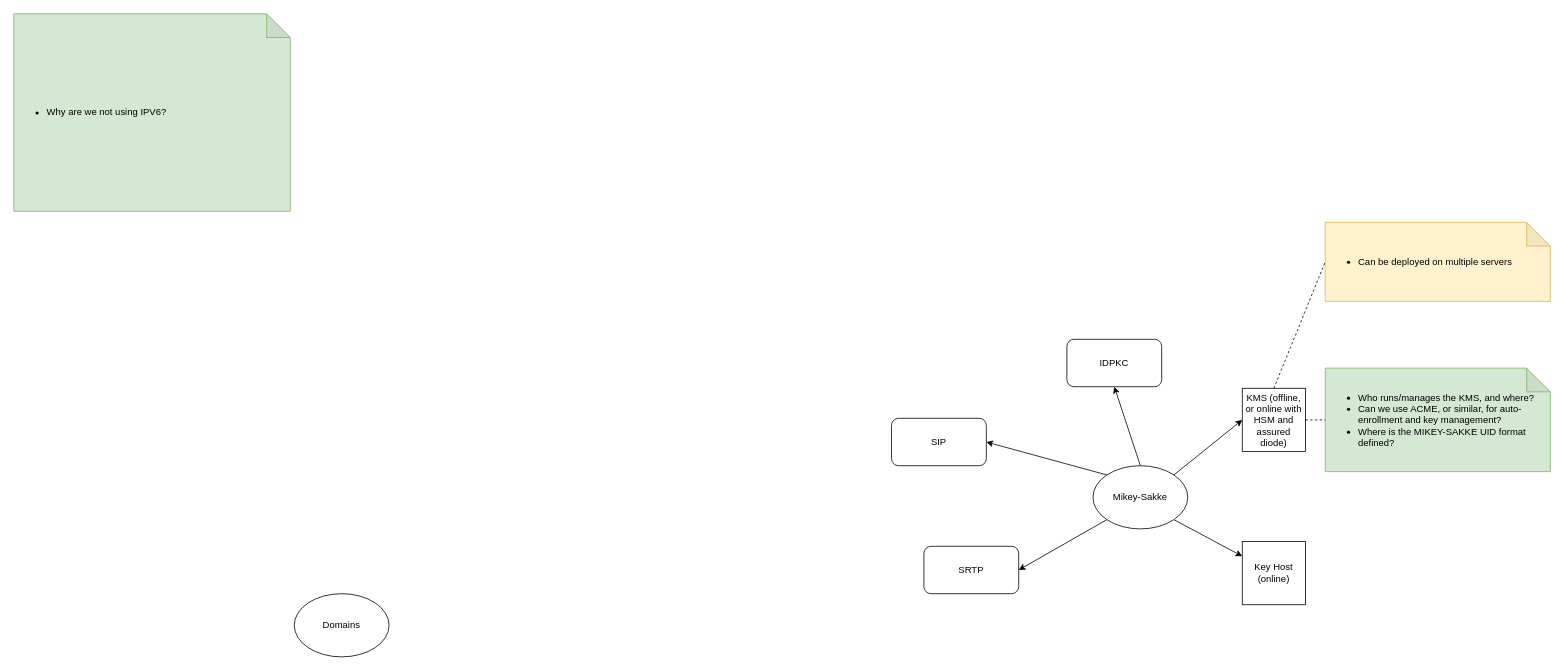
JimSweeting/Draw.io keeps this draw.io diagram as Mikey-Sakke.drawio. Above is the earlier version. Source tidied: cells renumbered, new cells numbered last; positions are measured from the earlier drawing's top-left corner, leaving out a move shared by most shapes. Both pictures are drawn from the tidied source at 79%, with x=0, y=0 at pixel (13, 13).
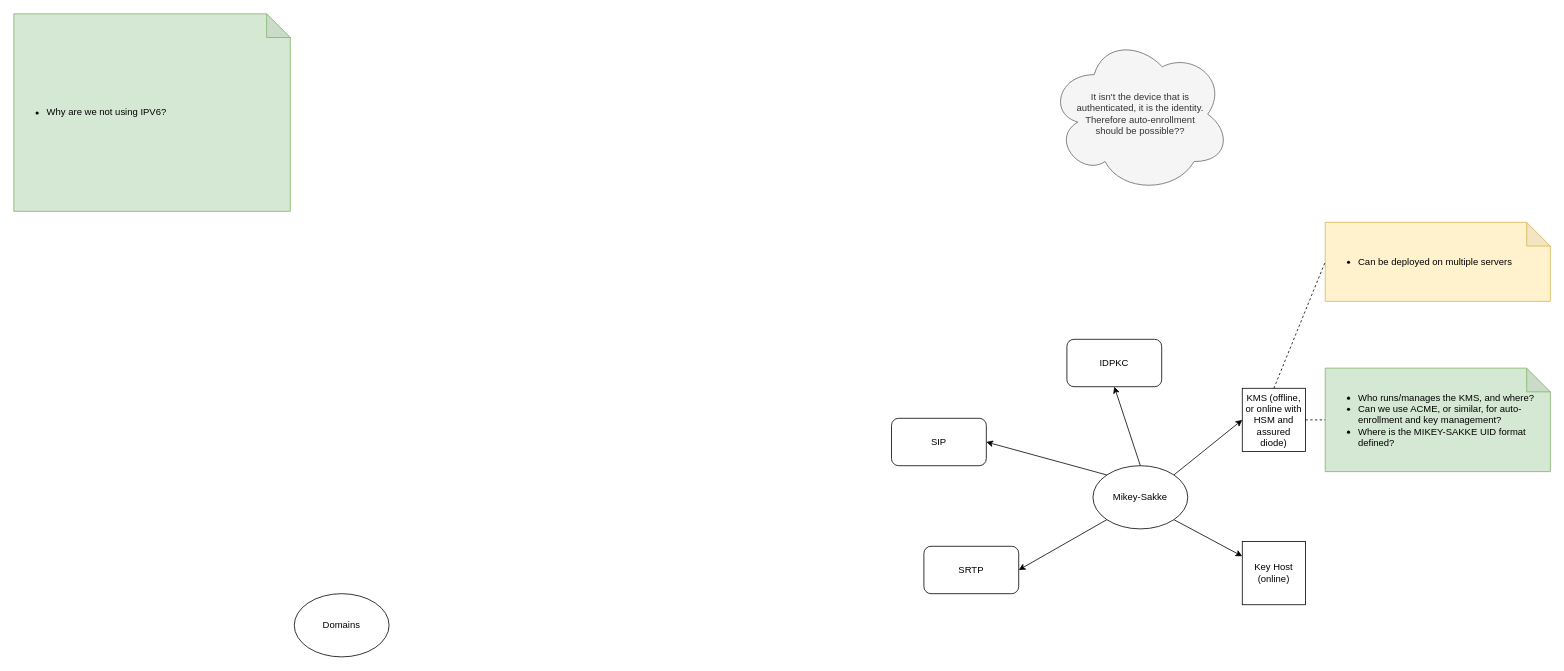
After the change.

Diff of the diagram source:
```diff
@@
 <mxGraphModel>
   <root>
     <mxCell id="0" />
     <mxCell id="1" parent="0" />
     <mxCell id="2" style="rounded=0;jettySize=auto;html=1;exitX=1;exitY=0;exitDx=0;exitDy=0;entryX=0;entryY=0.5;entryDx=0;entryDy=0;" parent="1" edge="1" source="4" target="8">
       <mxGeometry relative="1" as="geometry" />
     </mxCell>
     <mxCell id="3" style="edgeStyle=none;rounded=0;jettySize=auto;html=1;exitX=1;exitY=1;exitDx=0;exitDy=0;" parent="1" edge="1" source="4" target="9">
       <mxGeometry relative="1" as="geometry" />
     </mxCell>
     <mxCell id="4" value="Mikey-Sakke" style="ellipse;whiteSpace=wrap;html=1;" parent="1" vertex="1">
       <mxGeometry x="1366" y="572" width="120" height="80" as="geometry" />
     </mxCell>
     <mxCell id="5" value="SIP" style="rounded=1;whiteSpace=wrap;html=1;" parent="1" vertex="1">
       <mxGeometry x="1111" y="512" width="120" height="60" as="geometry" />
     </mxCell>
     <mxCell id="6" value="SRTP" style="rounded=1;whiteSpace=wrap;html=1;" parent="1" vertex="1">
       <mxGeometry x="1152" y="674" width="120" height="60" as="geometry" />
     </mxCell>
     <mxCell id="7" value="Domains" style="ellipse;whiteSpace=wrap;html=1;" parent="1" vertex="1">
       <mxGeometry x="355" y="734" width="120" height="80" as="geometry" />
     </mxCell>
     <mxCell id="8" value="KMS (offline, or online with HSM and assured diode)" style="whiteSpace=wrap;html=1;" parent="1" vertex="1">
       <mxGeometry x="1555" y="474" width="80" height="80" as="geometry" />
     </mxCell>
     <mxCell id="9" value="Key Host (online)" style="whiteSpace=wrap;html=1;" parent="1" vertex="1">
       <mxGeometry x="1555" y="668" width="80" height="80" as="geometry" />
     </mxCell>
     <mxCell id="10" style="endArrow=classic;html=1;rounded=0;entryX=0.5;entryY=1;entryDx=0;entryDy=0;exitX=0.5;exitY=0;exitDx=0;exitDy=0;" parent="1" edge="1" source="4" target="12">
       <mxGeometry relative="1" as="geometry" />
     </mxCell>
     <mxCell id="11" value="&lt;ul&gt;&lt;li&gt;Who runs/manages the KMS, and where?&lt;/li&gt;&lt;li&gt;Can we use ACME, or similar, for auto-enrollment and key management?&lt;/li&gt;&lt;li&gt;Where is the MIKEY-SAKKE UID format defined?&lt;/li&gt;&lt;/ul&gt;" style="shape=note;whiteSpace=wrap;html=1;backgroundOutline=1;darkOpacity=0.05;align=left;fillColor=#d5e8d4;strokeColor=#82b366;" parent="1" vertex="1">
       <mxGeometry x="1660" y="448.5" width="285" height="131" as="geometry" />
     </mxCell>
     <mxCell id="12" value="IDPKC" style="rounded=1;whiteSpace=wrap;html=1;" parent="1" vertex="1">
       <mxGeometry x="1333" y="412" width="120" height="60" as="geometry" />
     </mxCell>
     <mxCell id="13" style="endArrow=classic;html=1;rounded=0;exitX=0;exitY=0;exitDx=0;exitDy=0;entryX=1;entryY=0.5;entryDx=0;entryDy=0;" parent="1" edge="1" source="4" target="5">
       <mxGeometry relative="1" as="geometry" />
     </mxCell>
     <mxCell id="14" style="endArrow=classic;html=1;rounded=0;exitX=0;exitY=1;exitDx=0;exitDy=0;entryX=1;entryY=0.5;entryDx=0;entryDy=0;" parent="1" edge="1" source="4" target="6">
       <mxGeometry relative="1" as="geometry" />
     </mxCell>
     <mxCell id="15" value="&lt;ul&gt;&lt;li&gt;Can be deployed on multiple servers&lt;/li&gt;&lt;/ul&gt;" style="shape=note;whiteSpace=wrap;html=1;backgroundOutline=1;darkOpacity=0.05;fillColor=#fff2cc;strokeColor=#d6b656;align=left;" parent="1" vertex="1">
       <mxGeometry x="1660" y="264" width="285" height="100" as="geometry" />
     </mxCell>
     <mxCell id="16" style="endArrow=none;dashed=1;html=1;rounded=0;entryX=0;entryY=0.5;entryDx=0;entryDy=0;entryPerimeter=0;exitX=0.5;exitY=0;exitDx=0;exitDy=0;" parent="1" edge="1" source="8" target="15">
       <mxGeometry relative="1" as="geometry" />
     </mxCell>
     <mxCell id="17" style="endArrow=none;dashed=1;html=1;rounded=0;entryX=0;entryY=0.5;entryDx=0;entryDy=0;entryPerimeter=0;exitX=1;exitY=0.5;exitDx=0;exitDy=0;" parent="1" edge="1" source="8" target="11">
       <mxGeometry relative="1" as="geometry" />
     </mxCell>
     <mxCell id="18" value="&lt;ul&gt;&lt;li&gt;Why are we not using IPV6?&lt;/li&gt;&lt;/ul&gt;" style="shape=note;whiteSpace=wrap;html=1;backgroundOutline=1;darkOpacity=0.05;align=left;fillColor=#d5e8d4;strokeColor=#82b366;" parent="1" vertex="1">
       <mxGeometry width="350" height="250" as="geometry" />
     </mxCell>
+    <mxCell id="19" value="It isn't the device that is authenticated, it is the identity. Therefore auto-enrollment should be possible??" style="ellipse;shape=cloud;whiteSpace=wrap;html=1;fillColor=#f5f5f5;fontColor=#333333;strokeColor=#666666;spacingLeft=32;spacingRight=30;" parent="1" vertex="1">
+      <mxGeometry x="1310" y="27" width="230" height="200" as="geometry" />
+    </mxCell>
   </root>
 </mxGraphModel>
```
